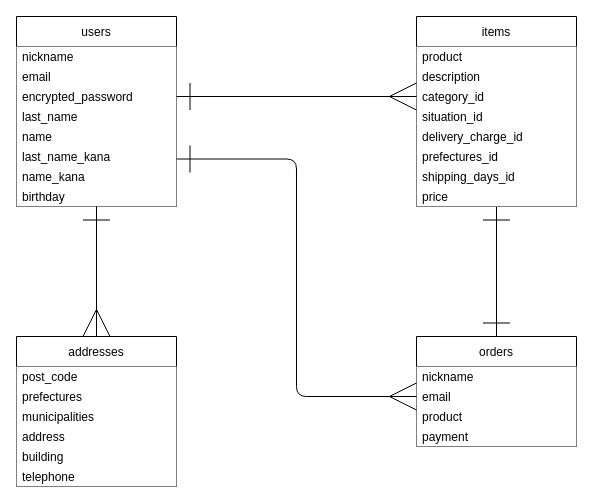
Ryotak41/furima-37084 keeps this draw.io diagram as ER .dio. Above is the earlier version. Source tidied: cells renumbered, new cells numbered last; positions are measured from the earlier drawing's top-left corner, leaving out a move shared by most shapes. Both pictures are drawn from the tidied source at 100%, with x=0, y=0 at pixel (16, 16).
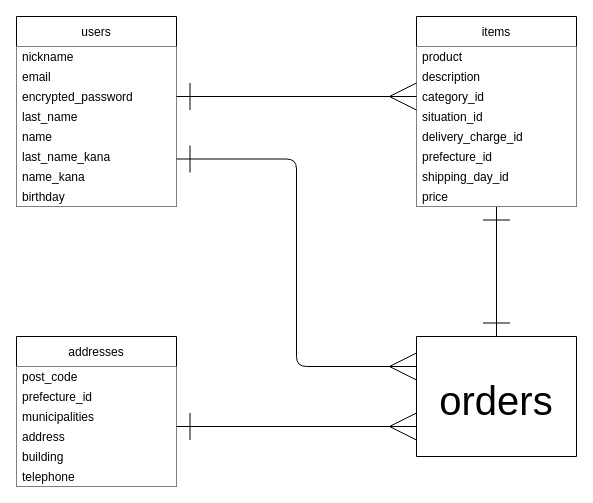
The same diagram, later.

Commit message (it also covers changes not shown here):
データベース設計 ER図 修正②

Unchanged cells that the change refers to:
```xml
<mxCell id="2" value="users" style="swimlane;fontStyle=0;horizontal=1;startSize=30;labelBorderColor=none;verticalAlign=middle;" parent="1" vertex="1">
  <mxGeometry width="160" height="190" as="geometry" />
</mxCell>
<mxCell id="12" value="items" style="swimlane;fontStyle=0;horizontal=1;startSize=30;labelBorderColor=none;verticalAlign=middle;" parent="1" vertex="1">
  <mxGeometry x="400" width="160" height="190" as="geometry" />
</mxCell>
<mxCell id="27" value="addresses" style="swimlane;fontStyle=0;horizontal=1;startSize=30;labelBorderColor=none;verticalAlign=middle;" parent="1" vertex="1">
  <mxGeometry y="320" width="160" height="150" as="geometry" />
</mxCell>
```

Diff of the diagram source:
```diff
@@
-    <mxCell id="18" value="prefectures_id" style="text;strokeColor=none;fillColor=default;align=left;verticalAlign=middle;spacingLeft=4;spacingRight=4;overflow=hidden;labelBorderColor=none;" parent="12" vertex="1">
+    <mxCell id="18" value="prefecture_id" style="text;strokeColor=none;fillColor=default;align=left;verticalAlign=middle;spacingLeft=4;spacingRight=4;overflow=hidden;labelBorderColor=none;" parent="12" vertex="1">
       <mxGeometry y="130" width="160" height="20" as="geometry" />
     </mxCell>
-    <mxCell id="19" value="shipping_days_id" style="text;strokeColor=none;fillColor=default;align=left;verticalAlign=middle;spacingLeft=4;spacingRight=4;overflow=hidden;labelBorderColor=none;" parent="12" vertex="1">
+    <mxCell id="19" value="shipping_day_id" style="text;strokeColor=none;fillColor=default;align=left;verticalAlign=middle;spacingLeft=4;spacingRight=4;overflow=hidden;labelBorderColor=none;" parent="12" vertex="1">
       <mxGeometry y="150" width="160" height="20" as="geometry" />
     </mxCell>
@@
-    <mxCell id="21" value="orders" style="swimlane;fontStyle=0;horizontal=1;startSize=30;labelBorderColor=none;verticalAlign=middle;" parent="1" vertex="1">
-      <mxGeometry x="400" y="320" width="160" height="110" as="geometry" />
+    <mxCell id="21" value="orders" style="swimlane;fontStyle=0;horizontal=1;startSize=120;labelBorderColor=none;verticalAlign=middle;fontSize=40;" parent="1" vertex="1">
+      <mxGeometry x="400" y="320" width="160" height="120" as="geometry" />
     </mxCell>
-    <mxCell id="22" value="nickname" style="text;strokeColor=none;fillColor=default;align=left;verticalAlign=middle;spacingLeft=4;spacingRight=4;overflow=hidden;labelBorderColor=none;" parent="21" vertex="1">
-      <mxGeometry y="30" width="160" height="20" as="geometry" />
-    </mxCell>
-    <mxCell id="23" value="email" style="text;strokeColor=none;fillColor=default;align=left;verticalAlign=middle;spacingLeft=4;spacingRight=4;overflow=hidden;points=[[0,0.5],[1,0.5]];portConstraint=eastwest;labelBorderColor=none;" parent="21" vertex="1">
-      <mxGeometry y="50" width="160" height="20" as="geometry" />
-    </mxCell>
-    <mxCell id="24" value="product" style="text;strokeColor=none;fillColor=default;align=left;verticalAlign=middle;spacingLeft=4;spacingRight=4;overflow=hidden;labelBorderColor=none;" parent="21" vertex="1">
-      <mxGeometry y="70" width="160" height="20" as="geometry" />
-    </mxCell>
-    <mxCell id="25" value="payment" style="text;strokeColor=none;fillColor=default;align=left;verticalAlign=middle;spacingLeft=4;spacingRight=4;overflow=hidden;labelBorderColor=none;" parent="21" vertex="1">
-      <mxGeometry y="90" width="160" height="20" as="geometry" />
-    </mxCell>
@@
-    <mxCell id="29" value="prefectures" style="text;strokeColor=none;fillColor=default;align=left;verticalAlign=middle;spacingLeft=4;spacingRight=4;overflow=hidden;labelBorderColor=none;" parent="27" vertex="1">
+    <mxCell id="29" value="prefecture_id" style="text;strokeColor=none;fillColor=default;align=left;verticalAlign=middle;spacingLeft=4;spacingRight=4;overflow=hidden;labelBorderColor=none;" parent="27" vertex="1">
       <mxGeometry y="50" width="160" height="20" as="geometry" />
     </mxCell>
@@
-    <mxCell id="34" style="endArrow=ERmany;html=1;rounded=0;entryX=0.5;entryY=0;entryDx=0;entryDy=0;endFill=0;endSize=25;startSize=25;strokeColor=default;strokeWidth=1;startArrow=ERone;startFill=0;exitX=0.5;exitY=1;exitDx=0;exitDy=0;" parent="1" edge="1" source="2" target="27">
-      <mxGeometry relative="1" as="geometry" />
-    </mxCell>
-    <mxCell id="35" style="edgeStyle=elbowEdgeStyle;elbow=horizontal;endArrow=ERmany;html=1;startSize=25;endSize=25;exitX=1;exitY=0.75;exitDx=0;exitDy=0;endFill=0;startArrow=ERone;startFill=0;entryX=0;entryY=0.5;entryDx=0;entryDy=0;" parent="1" edge="1" source="2" target="23">
+    <mxCell id="35" style="edgeStyle=elbowEdgeStyle;elbow=horizontal;endArrow=ERmany;html=1;startSize=25;endSize=25;exitX=1;exitY=0.75;exitDx=0;exitDy=0;endFill=0;startArrow=ERone;startFill=0;entryX=0;entryY=0.25;entryDx=0;entryDy=0;" parent="1" edge="1" source="2" target="21">
       <mxGeometry relative="1" as="geometry">
         <Array as="points">
+          <mxPoint x="280" y="310" />
           <mxPoint x="280" y="270" />
           <mxPoint x="240" y="340" />
           <mxPoint x="240" y="260" />
         </Array>
       </mxGeometry>
     </mxCell>
+    <mxCell id="25" style="endArrow=ERmany;html=1;rounded=0;entryX=0;entryY=0.5;entryDx=0;entryDy=0;endFill=0;endSize=25;startSize=25;strokeColor=default;strokeWidth=1;startArrow=ERone;startFill=0;" parent="1" edge="1">
+      <mxGeometry relative="1" as="geometry">
+        <mxPoint x="160" y="410" as="sourcePoint" />
+        <mxPoint x="400" y="410" as="targetPoint" />
+      </mxGeometry>
+    </mxCell>
```
